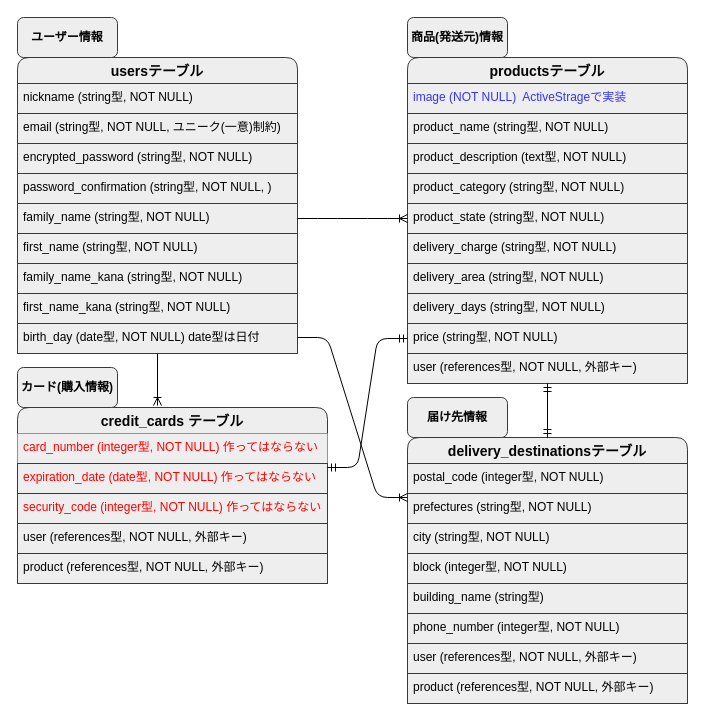
Earlier version of the draw.io diagram ER図.dio (yoshitarotsuda/furima-37166). Source tidied: cells renumbered, new cells numbered last; positions are measured from the earlier drawing's top-left corner, leaving out a move shared by most shapes. Both pictures are drawn from the tidied source at 100%, with x=0, y=0 at pixel (17, 17).
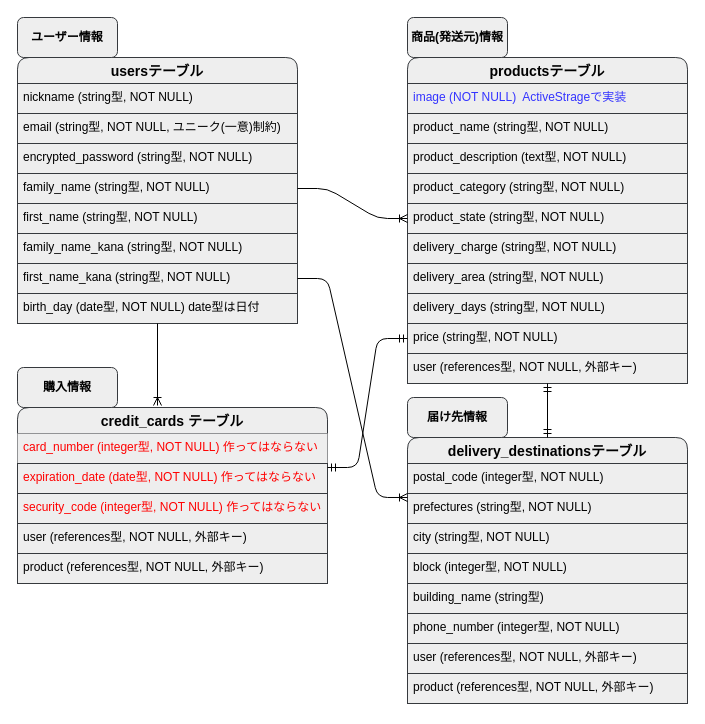
Above is the later version.

Commit message (it also covers changes not shown here):
購入情報の管理テーブル名の変更

Unchanged cells that the change refers to:
```xml
<mxCell id="33" value="prefectures (string型, NOT NULL)" style="text;strokeColor=#36393d;fillColor=#eeeeee;spacingLeft=4;spacingRight=4;overflow=hidden;points=[[0,0.5],[1,0.5]];portConstraint=eastwest;fontSize=12;fontColor=#000000;" parent="31" vertex="1">
  <mxGeometry y="56" width="280" height="30" as="geometry" />
</mxCell>
```

What changed in the source:
```diff
@@
     <mxCell id="2" value="usersテーブル" style="swimlane;fontStyle=1;horizontal=1;startSize=26;align=center;fontSize=14;rounded=1;labelBackgroundColor=none;fillColor=#eeeeee;strokeColor=#36393d;fontColor=#000000;" parent="1" vertex="1">
-      <mxGeometry y="40" width="280" height="296" as="geometry" />
+      <mxGeometry y="40" width="280" height="266" as="geometry" />
     </mxCell>
@@
-    <mxCell id="6" value="password_confirmation (string型, NOT NULL, )" style="text;strokeColor=#36393d;fillColor=#eeeeee;spacingLeft=4;spacingRight=4;overflow=hidden;fontSize=12;fontColor=#000000;" parent="2" vertex="1">
-      <mxGeometry y="116" width="280" height="30" as="geometry" />
-    </mxCell>
     <mxCell id="7" value="family_name (string型, NOT NULL)" style="text;strokeColor=#36393d;fillColor=#eeeeee;spacingLeft=4;spacingRight=4;overflow=hidden;points=[[0,0.5],[1,0.5]];portConstraint=eastwest;fontSize=12;fontColor=#000000;" parent="2" vertex="1">
-      <mxGeometry y="146" width="280" height="30" as="geometry" />
+      <mxGeometry y="116" width="280" height="30" as="geometry" />
     </mxCell>
     <mxCell id="8" value="first_name (string型, NOT NULL)" style="text;strokeColor=#36393d;fillColor=#eeeeee;spacingLeft=4;spacingRight=4;overflow=hidden;fontSize=12;fontColor=#000000;" parent="2" vertex="1">
-      <mxGeometry y="176" width="280" height="30" as="geometry" />
+      <mxGeometry y="146" width="280" height="30" as="geometry" />
     </mxCell>
     <mxCell id="9" value="family_name_kana (string型, NOT NULL)" style="text;strokeColor=#36393d;fillColor=#eeeeee;spacingLeft=4;spacingRight=4;overflow=hidden;fontSize=12;fontColor=#000000;" parent="2" vertex="1">
-      <mxGeometry y="206" width="280" height="30" as="geometry" />
+      <mxGeometry y="176" width="280" height="30" as="geometry" />
     </mxCell>
     <mxCell id="10" value="first_name_kana (string型, NOT NULL)" style="text;strokeColor=#36393d;fillColor=#eeeeee;spacingLeft=4;spacingRight=4;overflow=hidden;points=[[0,0.5],[1,0.5]];portConstraint=eastwest;fontSize=12;fontColor=#000000;" parent="2" vertex="1">
-      <mxGeometry y="236" width="280" height="30" as="geometry" />
+      <mxGeometry y="206" width="280" height="30" as="geometry" />
     </mxCell>
     <mxCell id="11" value="birth_day (date型, NOT NULL) date型は日付" style="text;strokeColor=#36393d;fillColor=#eeeeee;spacingLeft=4;spacingRight=4;overflow=hidden;fontSize=12;fontColor=#000000;glass=0;" parent="2" vertex="1">
-      <mxGeometry y="266" width="280" height="30" as="geometry" />
+      <mxGeometry y="236" width="280" height="30" as="geometry" />
     </mxCell>
@@
-    <mxCell id="43" value="カード(購入情報)" style="whiteSpace=wrap;html=1;align=center;rounded=1;glass=0;labelBackgroundColor=none;strokeColor=#36393d;fillColor=#eeeeee;fontColor=#000000;fontStyle=1;" parent="1" vertex="1">
+    <mxCell id="43" value="購入情報" style="whiteSpace=wrap;html=1;align=center;rounded=1;glass=0;labelBackgroundColor=none;strokeColor=#36393d;fillColor=#eeeeee;fontColor=#000000;fontStyle=1;" parent="1" vertex="1">
       <mxGeometry y="350" width="100" height="40" as="geometry" />
     </mxCell>
@@
-    <mxCell id="45" style="edgeStyle=entityRelationEdgeStyle;fontSize=12;html=1;endArrow=ERoneToMany;fontColor=#000000;entryX=0;entryY=0.133;entryDx=0;entryDy=0;entryPerimeter=0;" parent="1" edge="1" target="33">
-      <mxGeometry relative="1" as="geometry">
-        <mxPoint x="280" y="320" as="sourcePoint" />
-      </mxGeometry>
+    <mxCell id="45" style="edgeStyle=entityRelationEdgeStyle;fontSize=12;html=1;endArrow=ERoneToMany;fontColor=#000000;entryX=0;entryY=0.133;entryDx=0;entryDy=0;entryPerimeter=0;exitX=1;exitY=0.5;exitDx=0;exitDy=0;" parent="1" edge="1" source="10" target="33">
+      <mxGeometry relative="1" as="geometry" />
     </mxCell>
```
